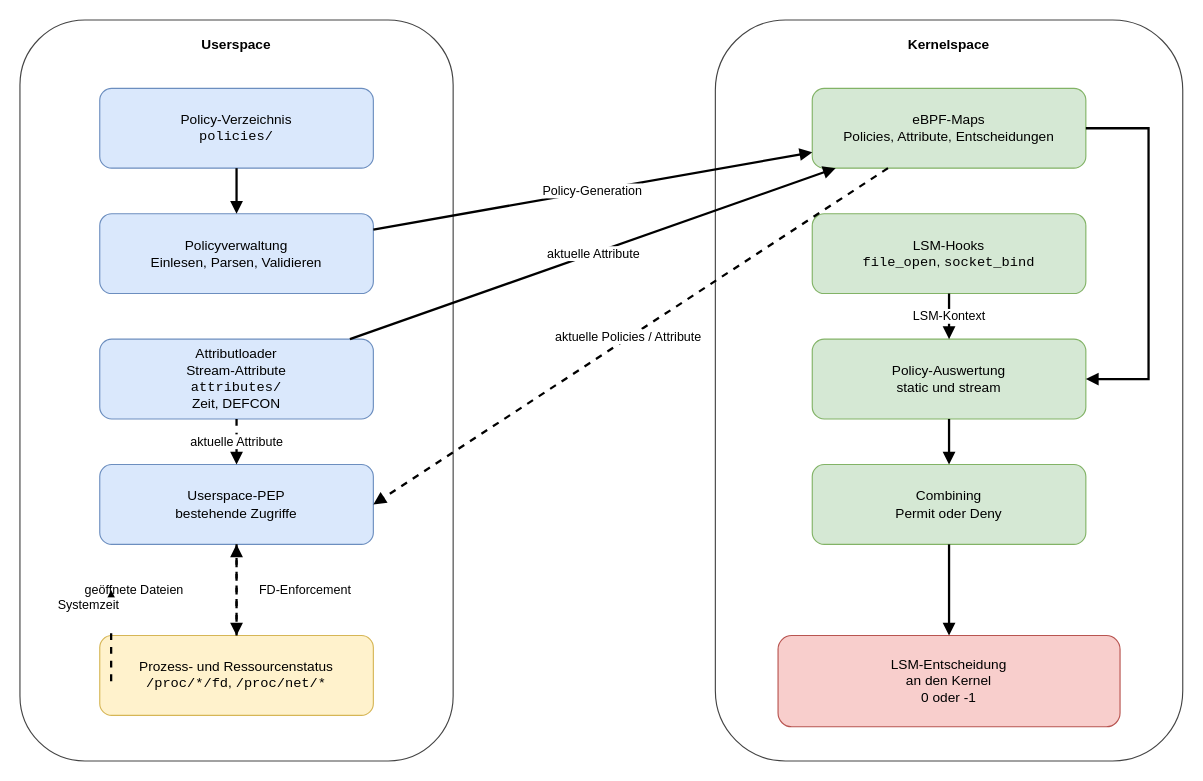
KchChr/tails-pdp keeps this draw.io diagram as thesis/architecture.drawio. Above is the earlier version. Source tidied: cells renumbered, new cells numbered last; positions are measured from the earlier drawing's top-left corner, leaving out a move shared by most shapes. Both pictures are drawn from the tidied source at 114%, with x=0, y=0 at pixel (19, 19).
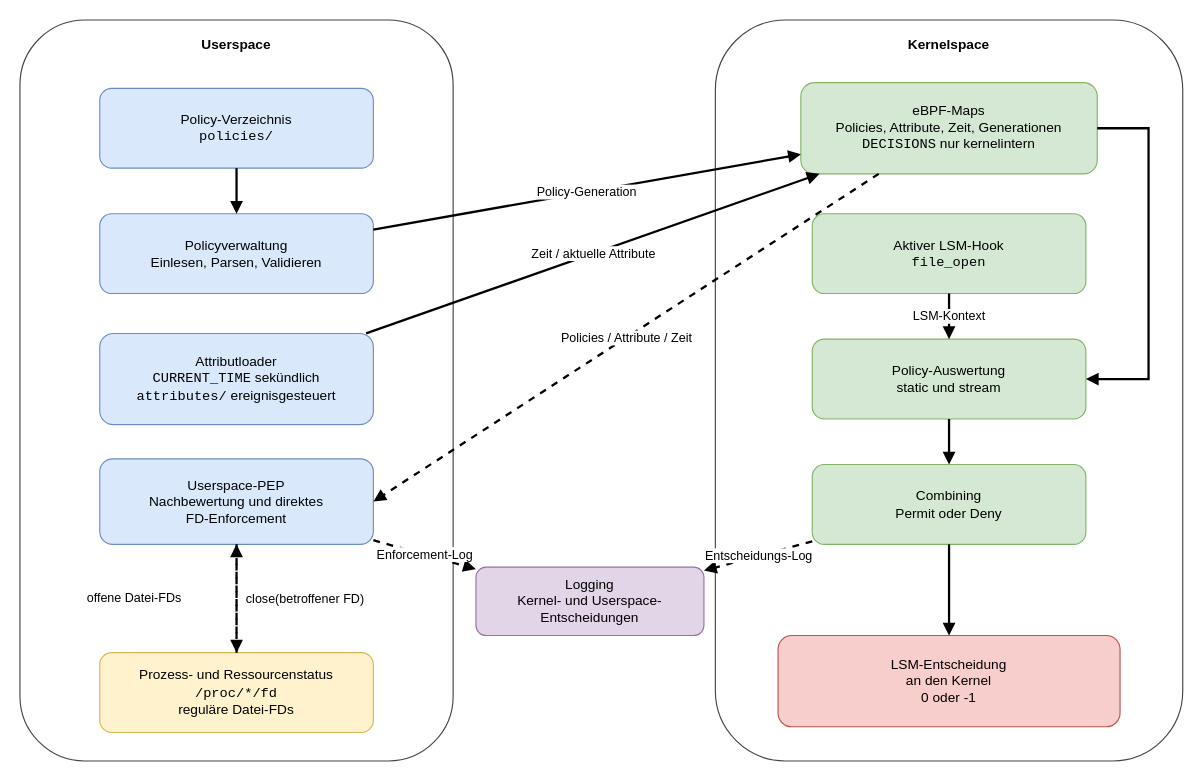
The same diagram, later.

The change refers to these unchanged cells:
```xml
<mxCell id="12" value="Combining&lt;br&gt;Permit oder Deny" style="rounded=1;whiteSpace=wrap;html=1;fillColor=#d5e8d4;strokeColor=#82b366;" parent="1" vertex="1">
  <mxGeometry x="695" y="390" width="240" height="70" as="geometry" />
</mxCell>
```

Diff of the diagram source:
```diff
@@
-    <mxCell id="6" value="&lt;div&gt;Attributloader&lt;/div&gt;Stream-Attribute&lt;div&gt;&lt;span style=&quot;font-family: &amp;quot;Courier New&amp;quot;;&quot;&gt;attributes/&lt;/span&gt;&lt;br&gt;Zeit, DEFCON&lt;/div&gt;" style="rounded=1;whiteSpace=wrap;html=1;fillColor=#dae8fc;strokeColor=#6c8ebf;" parent="1" vertex="1">
-      <mxGeometry x="70" y="280" width="240" height="70" as="geometry" />
+    <mxCell id="6" value="Attributloader&lt;br&gt;&lt;font face=&quot;Courier New&quot;&gt;CURRENT_TIME&lt;/font&gt; sekündlich&lt;br&gt;&lt;font face=&quot;Courier New&quot;&gt;attributes/&lt;/font&gt; ereignisgesteuert" style="rounded=1;whiteSpace=wrap;html=1;fillColor=#dae8fc;strokeColor=#6c8ebf;" parent="1" vertex="1">
+      <mxGeometry x="70" y="275" width="240" height="80" as="geometry" />
     </mxCell>
-    <mxCell id="7" value="Userspace-PEP&lt;br&gt;bestehende Zugriffe" style="rounded=1;whiteSpace=wrap;html=1;fillColor=#dae8fc;strokeColor=#6c8ebf;" parent="1" vertex="1">
-      <mxGeometry x="70" y="390" width="240" height="70" as="geometry" />
+    <mxCell id="7" value="Userspace-PEP&lt;br&gt;Nachbewertung und direktes&lt;br&gt;FD-Enforcement" style="rounded=1;whiteSpace=wrap;html=1;fillColor=#dae8fc;strokeColor=#6c8ebf;" parent="1" vertex="1">
+      <mxGeometry x="70" y="385" width="240" height="75" as="geometry" />
     </mxCell>
+    <mxCell id="26" value="Logging&lt;br&gt;Kernel- und Userspace-Entscheidungen" style="rounded=1;whiteSpace=wrap;html=1;fillColor=#e1d5e7;strokeColor=#9673a6;" parent="1" vertex="1">
+      <mxGeometry x="400" y="480" width="200" height="60" as="geometry" />
+    </mxCell>
-    <mxCell id="8" value="Prozess- und Ressourcenstatus&lt;br&gt;&lt;font face=&quot;Courier New&quot;&gt;/proc/*/fd&lt;/font&gt;, &lt;font face=&quot;Courier New&quot;&gt;/proc/net/*&lt;/font&gt;" style="rounded=1;whiteSpace=wrap;html=1;fillColor=#fff2cc;strokeColor=#d6b656;" parent="1" vertex="1">
-      <mxGeometry x="70" y="540" width="240" height="70" as="geometry" />
+    <mxCell id="8" value="Prozess- und Ressourcenstatus&lt;br&gt;&lt;font face=&quot;Courier New&quot;&gt;/proc/*/fd&lt;/font&gt;&lt;br&gt;reguläre Datei-FDs" style="rounded=1;whiteSpace=wrap;html=1;fillColor=#fff2cc;strokeColor=#d6b656;" parent="1" vertex="1">
+      <mxGeometry x="70" y="555" width="240" height="70" as="geometry" />
     </mxCell>
-    <mxCell id="9" value="eBPF-Maps&lt;br&gt;Policies, Attribute, Entscheidungen" style="rounded=1;whiteSpace=wrap;html=1;fillColor=#d5e8d4;strokeColor=#82b366;" parent="1" vertex="1">
-      <mxGeometry x="695" y="60" width="240" height="70" as="geometry" />
+    <mxCell id="9" value="eBPF-Maps&lt;br&gt;Policies, Attribute, Zeit, Generationen&lt;br&gt;&lt;font face=&quot;Courier New&quot;&gt;DECISIONS&lt;/font&gt; nur kernelintern" style="rounded=1;whiteSpace=wrap;html=1;fillColor=#d5e8d4;strokeColor=#82b366;" parent="1" vertex="1">
+      <mxGeometry x="685" y="55" width="260" height="80" as="geometry" />
     </mxCell>
-    <mxCell id="10" value="LSM-Hooks&lt;br&gt;&lt;font face=&quot;Courier New&quot;&gt;file_open&lt;/font&gt;, &lt;font face=&quot;Courier New&quot;&gt;socket_bind&lt;/font&gt;" style="rounded=1;whiteSpace=wrap;html=1;fillColor=#d5e8d4;strokeColor=#82b366;" parent="1" vertex="1">
+    <mxCell id="10" value="Aktiver LSM-Hook&lt;br&gt;&lt;font face=&quot;Courier New&quot;&gt;file_open&lt;/font&gt;" style="rounded=1;whiteSpace=wrap;html=1;fillColor=#d5e8d4;strokeColor=#82b366;" parent="1" vertex="1">
       <mxGeometry x="695" y="170" width="240" height="70" as="geometry" />
     </mxCell>
@@
-    <mxCell id="16" value="aktuelle Attribute" style="endArrow=block;html=1;rounded=0;strokeWidth=2;" parent="1" edge="1" source="6" target="9">
+    <mxCell id="16" value="Zeit / aktuelle Attribute" style="endArrow=block;html=1;rounded=0;strokeWidth=2;" parent="1" edge="1" source="6" target="9">
       <mxGeometry relative="1" as="geometry" />
     </mxCell>
@@
-    <mxCell id="21" value="aktuelle Attribute" style="endArrow=block;html=1;rounded=0;strokeWidth=2;dashed=1;" parent="1" edge="1" source="6" target="7">
-      <mxGeometry relative="1" as="geometry" />
-    </mxCell>
-    <mxCell id="22" value="geöffnete Dateien" style="endArrow=block;html=1;rounded=0;strokeWidth=2;dashed=1;" parent="1" edge="1" source="8" target="7">
+    <mxCell id="22" value="offene Datei-FDs" style="endArrow=block;html=1;rounded=0;strokeWidth=2;dashed=1;" parent="1" edge="1" source="8" target="7">
       <mxGeometry y="90" relative="1" as="geometry" />
     </mxCell>
-    <mxCell id="23" value="FD-Enforcement" style="endArrow=block;html=1;rounded=0;strokeWidth=2;dashed=1;" parent="1" edge="1" source="7" target="8">
+    <mxCell id="23" value="close(betroffener FD)" style="endArrow=block;html=1;rounded=0;strokeWidth=2;dashed=1;" parent="1" edge="1" source="7" target="8">
       <mxGeometry y="60" relative="1" as="geometry" />
     </mxCell>
-    <mxCell id="24" value="aktuelle Policies / Attribute&amp;nbsp;" style="endArrow=block;html=1;rounded=0;strokeWidth=2;entryX=1;entryY=0.5;entryDx=0;entryDy=0;dashed=1;" parent="1" edge="1" source="9" target="7">
+    <mxCell id="24" value="Policies / Attribute / Zeit" style="endArrow=block;html=1;rounded=0;strokeWidth=2;entryX=1;entryY=0.5;entryDx=0;entryDy=0;dashed=1;" parent="1" edge="1" source="9" target="7">
       <mxGeometry relative="1" as="geometry" />
     </mxCell>
-    <mxCell id="25" value="Systemzeit&lt;div&gt;&lt;br&gt;&lt;/div&gt;" style="endArrow=block;html=1;rounded=0;strokeWidth=2;dashed=1;" parent="1" edge="1">
-      <mxGeometry x="0.5" y="20" relative="1" as="geometry">
-        <mxPoint x="80" y="580" as="sourcePoint" />
-        <mxPoint x="80" y="500" as="targetPoint" />
-      </mxGeometry>
-    </mxCell>
+    <mxCell id="27" value="Enforcement-Log" style="endArrow=block;html=1;rounded=0;strokeWidth=2;dashed=1;" parent="1" edge="1" source="7" target="26">
+      <mxGeometry relative="1" as="geometry" />
+    </mxCell>
+    <mxCell id="28" value="Entscheidungs-Log" style="endArrow=block;html=1;rounded=0;strokeWidth=2;dashed=1;" parent="1" edge="1" source="12" target="26">
+      <mxGeometry relative="1" as="geometry" />
+    </mxCell>
```
